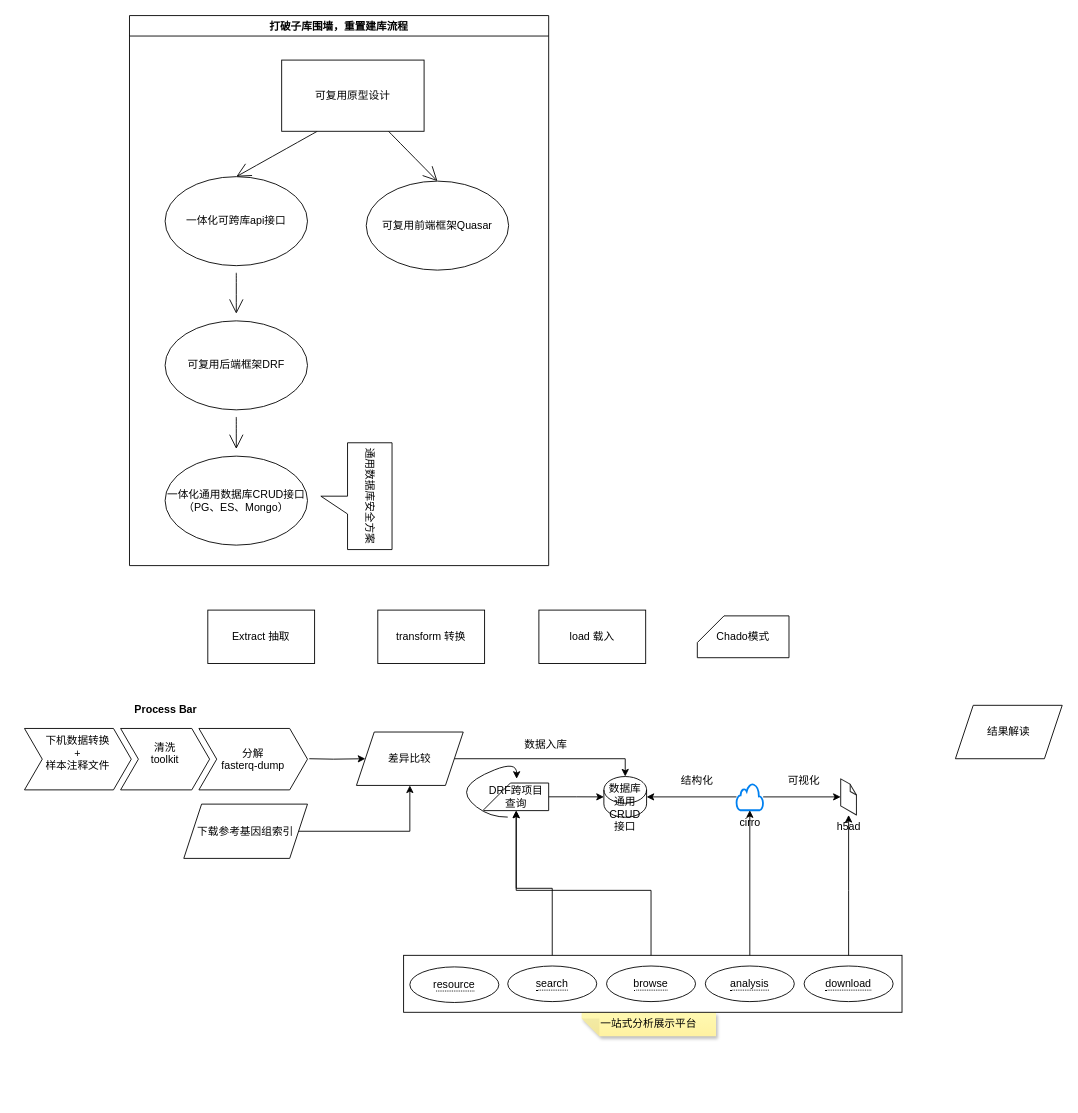
This is page "Page-2" (2 of 2) of Untitled Diagram.drawio from horizon365/LiveWithPython, a draw.io file, before an edit. Source tidied: cells renumbered, new cells numbered last; positions are measured from the earlier drawing's top-left corner, leaving out a move shared by most shapes. Both pictures are drawn from the tidied source at 89%, with x=0, y=0 at pixel (15, 15).
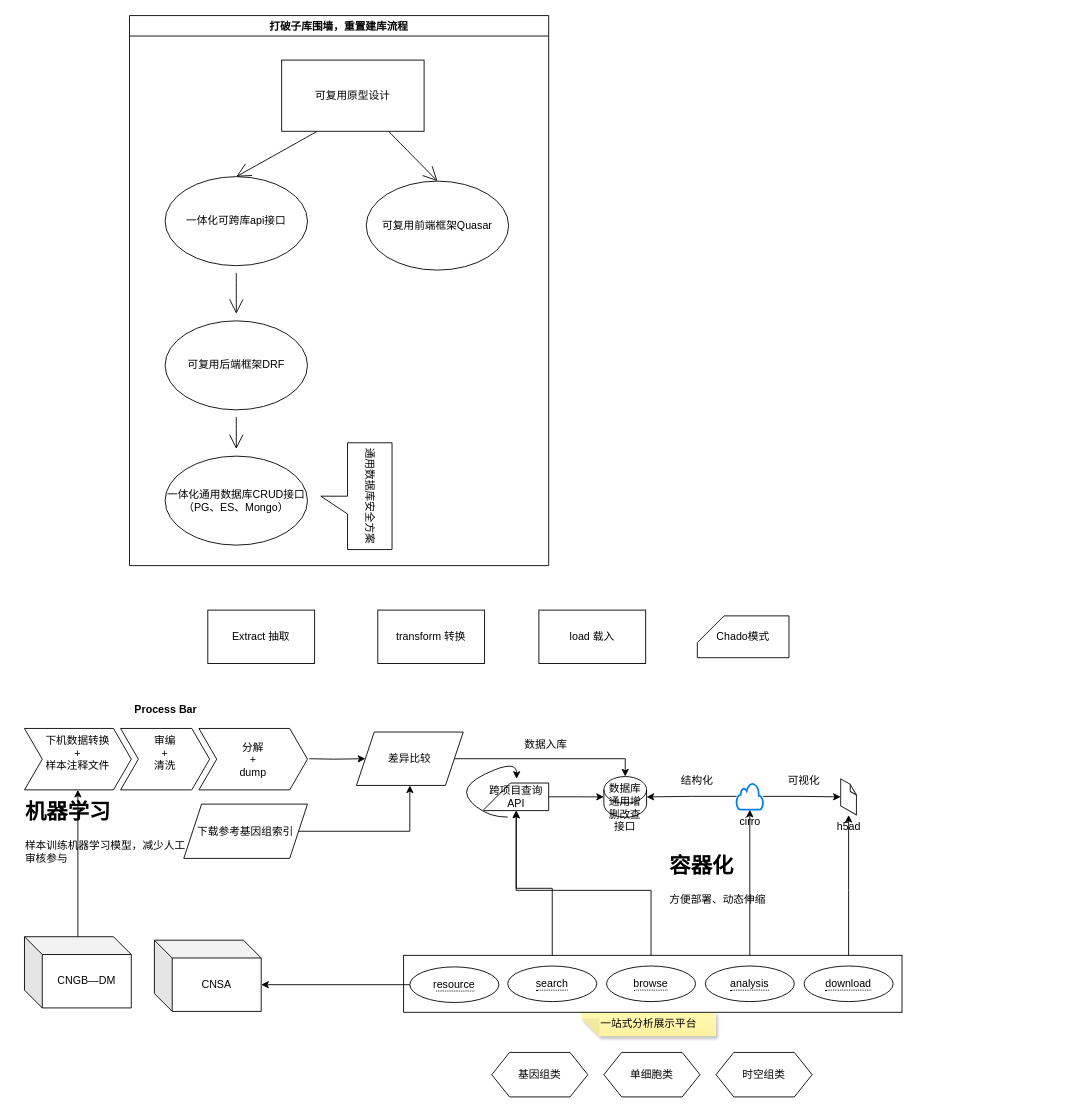
The same diagram, later.

The change refers to these unchanged cells:
```xml
<mxCell id="9" value="Process Bar" style="swimlane;horizontal=1;fillColor=none;strokeColor=none;stackBorder=10;align=center;fontColor=#000000;fontSize=12;" parent="1" vertex="1">
  <mxGeometry y="768" width="338" height="112" as="geometry" />
</mxCell>
<mxCell id="10" value="下机数据转换&#10;+&#10;样本注释文件&#10;" style="shape=step;perimeter=stepPerimeter;fixedSize=1;points=[];fontSize=12;" parent="9" vertex="1">
  <mxGeometry x="10" y="33" width="120" height="69" as="geometry" />
</mxCell>
<mxCell id="47" value="&lt;span style=&quot;border-bottom: 1px dotted&quot;&gt;resource&lt;br&gt;&lt;/span&gt;" style="ellipse;whiteSpace=wrap;html=1;align=center;fontSize=12;" parent="41" vertex="1">
  <mxGeometry x="7" y="13" width="100" height="40" as="geometry" />
</mxCell>
```

Change to the diagram source:
```diff
@@
-    <mxCell id="3" value="结果解读" style="shape=parallelogram;perimeter=parallelogramPerimeter;whiteSpace=wrap;html=1;fixedSize=1;fontSize=12;" parent="1" vertex="1">
-      <mxGeometry x="1056" y="775" width="120" height="60" as="geometry" />
-    </mxCell>
@@
-    <mxCell id="11" value="清洗&#10;toolkit&#10;" style="shape=step;perimeter=stepPerimeter;fixedSize=1;fontSize=12;" parent="9" vertex="1">
+    <mxCell id="11" value="审编&#10;+&#10;清洗&#10;" style="shape=step;perimeter=stepPerimeter;fixedSize=1;fontSize=12;" parent="9" vertex="1">
       <mxGeometry x="118" y="33" width="100" height="69" as="geometry" />
     </mxCell>
-    <mxCell id="12" value="分解&#10;fasterq-dump" style="shape=step;perimeter=stepPerimeter;fixedSize=1;fontSize=12;" parent="9" vertex="1">
+    <mxCell id="12" value="分解&#10;+&#10;dump" style="shape=step;perimeter=stepPerimeter;fixedSize=1;fontSize=12;" parent="9" vertex="1">
       <mxGeometry x="206" y="33" width="122" height="69" as="geometry" />
     </mxCell>
@@
-    <mxCell id="29" value="数据库通用CRUD接口" style="shape=cylinder3;whiteSpace=wrap;html=1;boundedLbl=1;backgroundOutline=1;size=15;fontSize=12;" parent="1" vertex="1">
+    <mxCell id="29" value="数据库通用增删改查接口" style="shape=cylinder3;whiteSpace=wrap;html=1;boundedLbl=1;backgroundOutline=1;size=15;fontSize=12;" parent="1" vertex="1">
       <mxGeometry x="661" y="855" width="48" height="45.8" as="geometry" />
     </mxCell>
@@
-    <mxCell id="31" value="DRF跨项目查询" style="shape=card;whiteSpace=wrap;html=1;fontSize=12;" parent="1" vertex="1">
+    <mxCell id="31" value="跨项目查询API" style="shape=card;whiteSpace=wrap;html=1;fontSize=12;" parent="1" vertex="1">
       <mxGeometry x="526" y="862.3" width="73" height="31" as="geometry" />
     </mxCell>
@@
     <mxCell id="36" value="&lt;div&gt;cirro&lt;/div&gt;" style="html=1;verticalLabelPosition=bottom;align=center;labelBackgroundColor=#ffffff;verticalAlign=top;strokeWidth=2;strokeColor=#0080F0;shadow=0;dashed=0;shape=mxgraph.ios7.icons.cloud;" parent="1" vertex="1">
-      <mxGeometry x="810" y="862.9" width="30" height="30" as="geometry" />
+      <mxGeometry x="810" y="862.3" width="30" height="30" as="geometry" />
     </mxCell>
@@
+    <mxCell id="52" style="group;" parent="1" vertex="1">
+      <mxGeometry x="535" y="1165" width="360" height="50" as="geometry" />
+    </mxCell>
+    <mxCell id="53" value="基因组类" style="shape=hexagon;perimeter=hexagonPerimeter2;whiteSpace=wrap;html=1;fixedSize=1;" parent="52" vertex="1">
+      <mxGeometry width="108" height="50" as="geometry" />
+    </mxCell>
+    <mxCell id="54" value="单细胞类" style="shape=hexagon;perimeter=hexagonPerimeter2;whiteSpace=wrap;html=1;fixedSize=1;" parent="52" vertex="1">
+      <mxGeometry x="126" width="108" height="50" as="geometry" />
+    </mxCell>
+    <mxCell id="55" value="时空组类" style="shape=hexagon;perimeter=hexagonPerimeter2;whiteSpace=wrap;html=1;fixedSize=1;" parent="52" vertex="1">
+      <mxGeometry x="252" width="108" height="50" as="geometry" />
+    </mxCell>
+    <mxCell id="56" value="&lt;h1&gt;容器化&lt;br&gt;&lt;/h1&gt;&lt;p&gt;方便部署、动态伸缩&lt;br&gt;&lt;/p&gt;" style="text;html=1;strokeColor=none;fillColor=none;spacing=5;spacingTop=-20;whiteSpace=wrap;overflow=hidden;rounded=0;" parent="1" vertex="1">
+      <mxGeometry x="730" y="935.9" width="190" height="120" as="geometry" />
+    </mxCell>
+    <mxCell id="57" value="&lt;h1&gt;机器学习&lt;br&gt;&lt;/h1&gt;&lt;p&gt;样本训练机器学习模型，减少人工审核参与&lt;/p&gt;" style="text;html=1;strokeColor=none;fillColor=none;spacing=5;spacingTop=-20;whiteSpace=wrap;overflow=hidden;rounded=0;" parent="1" vertex="1">
+      <mxGeometry x="6" y="875" width="190" height="120" as="geometry" />
+    </mxCell>
+    <mxCell id="58" style="edgeStyle=orthogonalEdgeStyle;rounded=0;jettySize=auto;html=1;" parent="1" edge="1" source="59" target="10">
+      <mxGeometry relative="1" as="geometry" />
+    </mxCell>
+    <mxCell id="59" value="CNGB—DM" style="shape=cube;whiteSpace=wrap;html=1;boundedLbl=1;backgroundOutline=1;darkOpacity=0.05;darkOpacity2=0.1;" parent="1" vertex="1">
+      <mxGeometry x="10" y="1035" width="120" height="80" as="geometry" />
+    </mxCell>
+    <mxCell id="60" value="CNSA" style="shape=cube;whiteSpace=wrap;html=1;boundedLbl=1;backgroundOutline=1;darkOpacity=0.05;darkOpacity2=0.1;" parent="1" vertex="1">
+      <mxGeometry x="156" y="1038.9" width="120" height="80" as="geometry" />
+    </mxCell>
+    <mxCell id="61" style="edgeStyle=orthogonalEdgeStyle;rounded=0;jettySize=auto;html=1;entryX=0;entryY=0;entryDx=120;entryDy=50;entryPerimeter=0;" parent="1" edge="1" source="47" target="60">
+      <mxGeometry relative="1" as="geometry" />
+    </mxCell>
```
